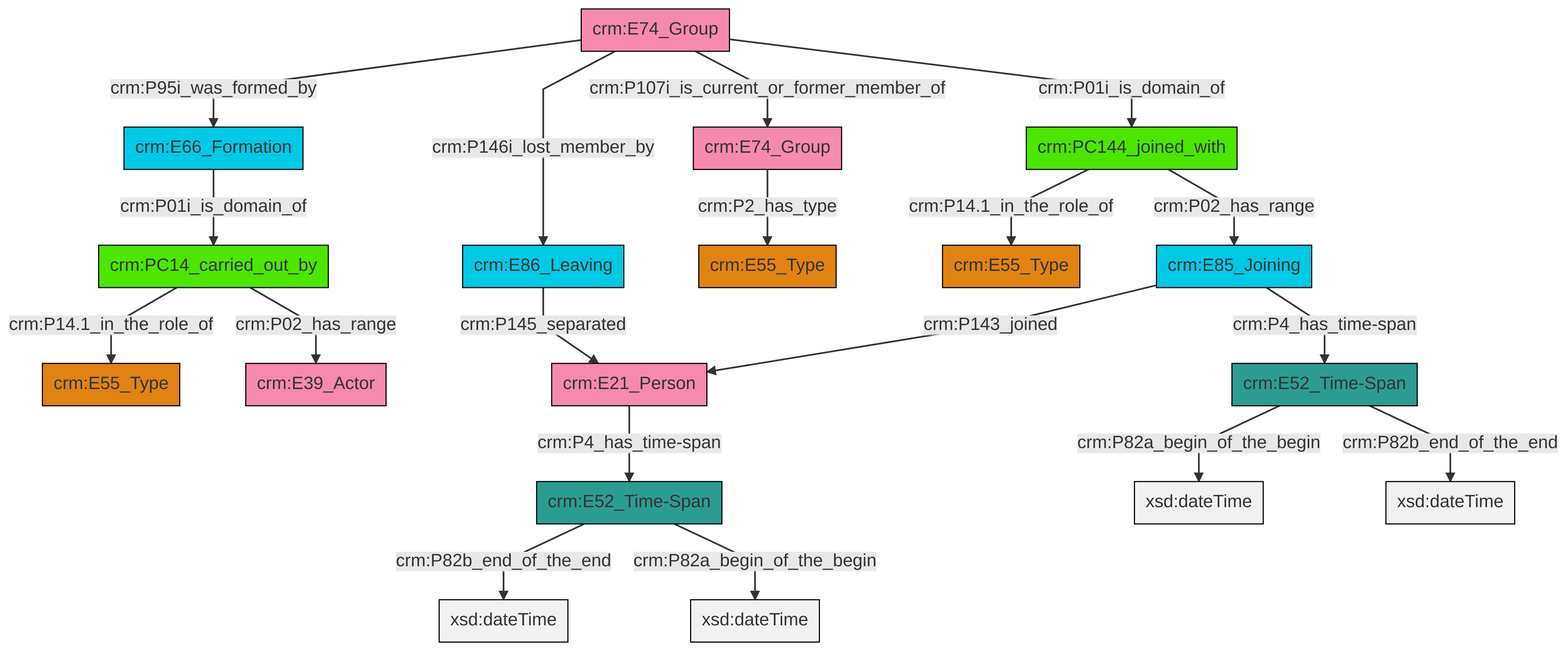
Earlier version of the Mermaid export et/groupCSV/ttl/mmd/png/group_actor_relations.png (swiss-art-research-net/reference-data-models). Its source is kept beside it as et/groupCSV/ttl/mmd/group_actor_relations.ttl.mmd.
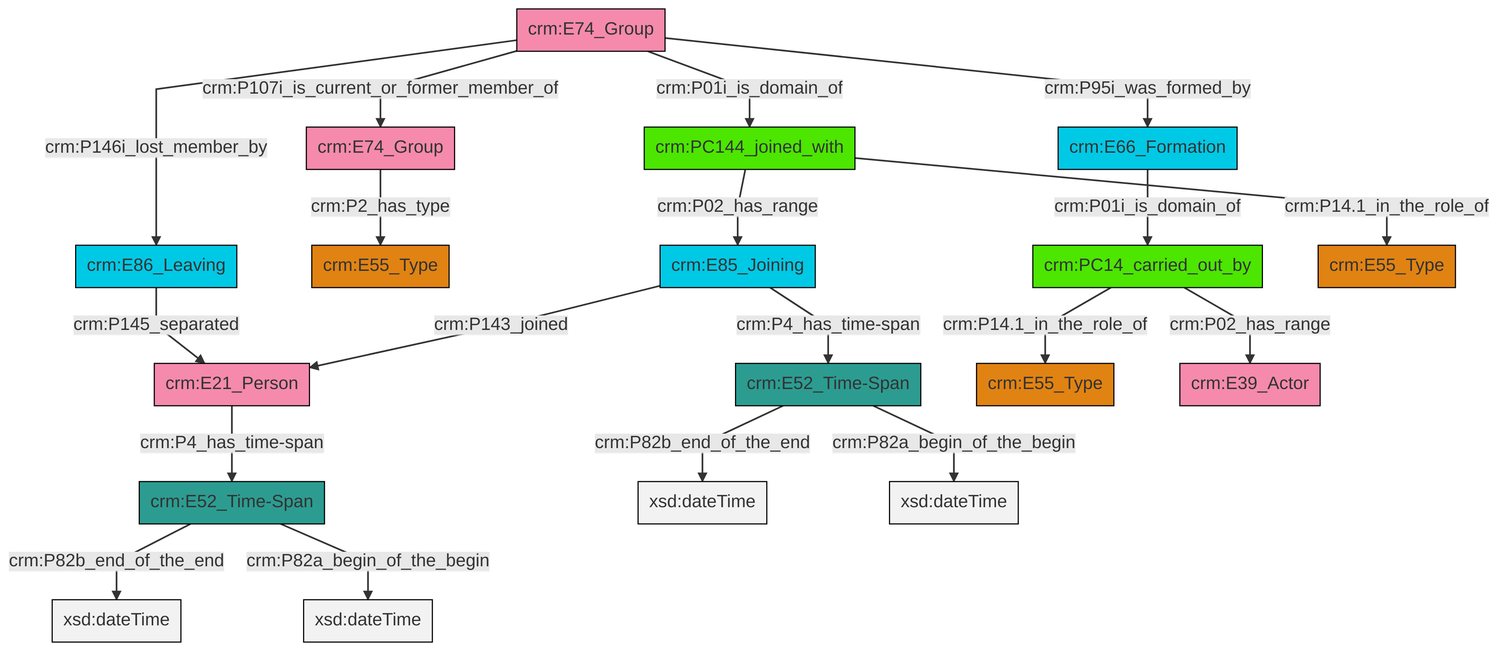
After the commit.

The edit, as a diff of the source:
```diff
@@ -13,21 +13,21 @@
 classDef PC_Classes fill:#4ce600, stroke:#000000;
 classDef Multi fill:#cccccc,stroke:#000000;
 
-0["crm:E74_Group"]:::Actor -->|crm:P2_has_type| 1["crm:E55_Type"]:::Type
-4["crm:PC144_joined_with"]:::PC_Classes -->|crm:P14.1_in_the_role_of| 5["crm:E55_Type"]:::Type
-6["crm:E74_Group"]:::Actor -->|crm:P95i_was_formed_by| 7["crm:E66_Formation"]:::Temporal_Entity
-7["crm:E66_Formation"]:::Temporal_Entity -->|crm:P01i_is_domain_of| 13["crm:PC14_carried_out_by"]:::PC_Classes
-4["crm:PC144_joined_with"]:::PC_Classes -->|crm:P02_has_range| 14["crm:E85_Joining"]:::Temporal_Entity
-16["crm:E52_Time-Span"]:::Time-Span -->|crm:P82b_end_of_the_end| 17[xsd:dateTime]:::Literal
-14["crm:E85_Joining"]:::Temporal_Entity -->|crm:P143_joined| 20["crm:E21_Person"]:::Actor
-20["crm:E21_Person"]:::Actor -->|crm:P4_has_time-span| 16["crm:E52_Time-Span"]:::Time-Span
-6["crm:E74_Group"]:::Actor -->|crm:P146i_lost_member_by| 2["crm:E86_Leaving"]:::Temporal_Entity
-2["crm:E86_Leaving"]:::Temporal_Entity -->|crm:P145_separated| 20["crm:E21_Person"]:::Actor
-6["crm:E74_Group"]:::Actor -->|crm:P107i_is_current_or_former_member_of| 0["crm:E74_Group"]:::Actor
-13["crm:PC14_carried_out_by"]:::PC_Classes -->|crm:P14.1_in_the_role_of| 8["crm:E55_Type"]:::Type
-6["crm:E74_Group"]:::Actor -->|crm:P01i_is_domain_of| 4["crm:PC144_joined_with"]:::PC_Classes
-16["crm:E52_Time-Span"]:::Time-Span -->|crm:P82a_begin_of_the_begin| 27[xsd:dateTime]:::Literal
-29["crm:E52_Time-Span"]:::Time-Span -->|crm:P82a_begin_of_the_begin| 31[xsd:dateTime]:::Literal
-14["crm:E85_Joining"]:::Temporal_Entity -->|crm:P4_has_time-span| 29["crm:E52_Time-Span"]:::Time-Span
-13["crm:PC14_carried_out_by"]:::PC_Classes -->|crm:P02_has_range| 10["crm:E39_Actor"]:::Actor
-29["crm:E52_Time-Span"]:::Time-Span -->|crm:P82b_end_of_the_end| 33[xsd:dateTime]:::Literal
+0["crm:E74_Group"]:::Actor -->|crm:P146i_lost_member_by| 1["crm:E86_Leaving"]:::Temporal_Entity
+3["crm:E21_Person"]:::Actor -->|crm:P4_has_time-span| 4["crm:E52_Time-Span"]:::Time-Span
+1["crm:E86_Leaving"]:::Temporal_Entity -->|crm:P145_separated| 3["crm:E21_Person"]:::Actor
+12["crm:E52_Time-Span"]:::Time-Span -->|crm:P82b_end_of_the_end| 13[xsd:dateTime]:::Literal
+4["crm:E52_Time-Span"]:::Time-Span -->|crm:P82b_end_of_the_end| 14[xsd:dateTime]:::Literal
+0["crm:E74_Group"]:::Actor -->|crm:P01i_is_domain_of| 17["crm:PC144_joined_with"]:::PC_Classes
+21["crm:E66_Formation"]:::Temporal_Entity -->|crm:P01i_is_domain_of| 10["crm:PC14_carried_out_by"]:::PC_Classes
+17["crm:PC144_joined_with"]:::PC_Classes -->|crm:P02_has_range| 22["crm:E85_Joining"]:::Temporal_Entity
+10["crm:PC14_carried_out_by"]:::PC_Classes -->|crm:P14.1_in_the_role_of| 18["crm:E55_Type"]:::Type
+0["crm:E74_Group"]:::Actor -->|crm:P95i_was_formed_by| 21["crm:E66_Formation"]:::Temporal_Entity
+4["crm:E52_Time-Span"]:::Time-Span -->|crm:P82a_begin_of_the_begin| 27[xsd:dateTime]:::Literal
+12["crm:E52_Time-Span"]:::Time-Span -->|crm:P82a_begin_of_the_begin| 29[xsd:dateTime]:::Literal
+22["crm:E85_Joining"]:::Temporal_Entity -->|crm:P4_has_time-span| 12["crm:E52_Time-Span"]:::Time-Span
+0["crm:E74_Group"]:::Actor -->|crm:P107i_is_current_or_former_member_of| 15["crm:E74_Group"]:::Actor
+10["crm:PC14_carried_out_by"]:::PC_Classes -->|crm:P02_has_range| 31["crm:E39_Actor"]:::Actor
+22["crm:E85_Joining"]:::Temporal_Entity -->|crm:P143_joined| 3["crm:E21_Person"]:::Actor
+15["crm:E74_Group"]:::Actor -->|crm:P2_has_type| 5["crm:E55_Type"]:::Type
+17["crm:PC144_joined_with"]:::PC_Classes -->|crm:P14.1_in_the_role_of| 24["crm:E55_Type"]:::Type
```
